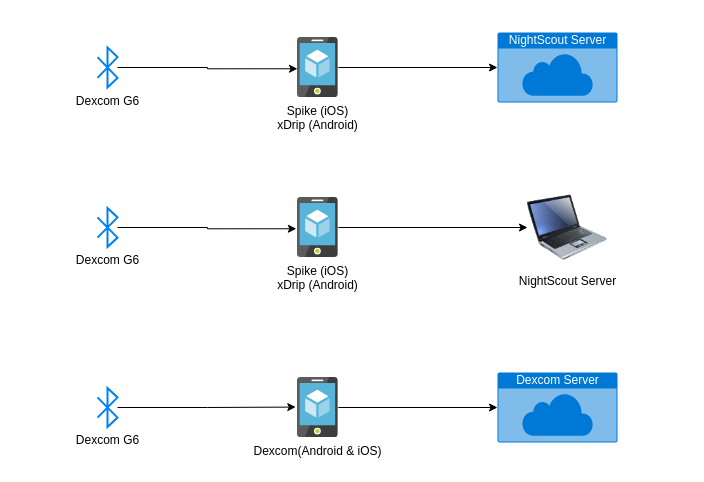
Before: Documentation/GlucoseSensor_Software.drawio in CCR-SOP/OpenSourcePerfusionSystem, a draw.io diagram. Source tidied: cells renumbered, new cells numbered last; positions are measured from the earlier drawing's top-left corner, leaving out a move shared by most shapes. Both pictures are drawn from the tidied source at 100%, with x=0, y=0 at pixel (97, 32).
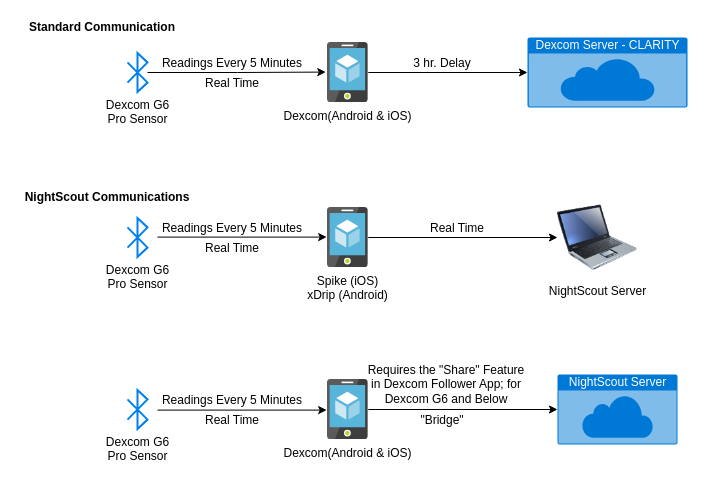
The same diagram, later.

Commit message:
Updated Glucose Software Diagram

What changed in the source:
```diff
@@
-    <mxCell id="2" style="edgeStyle=orthogonalEdgeStyle;rounded=0;jettySize=auto;html=1;entryX=0;entryY=0.521;entryDx=0;entryDy=0;entryPerimeter=0;" parent="1" edge="1" source="3" target="6">
-      <mxGeometry relative="1" as="geometry" />
-    </mxCell>
-    <mxCell id="3" value="Dexcom G6" style="html=1;verticalLabelPosition=bottom;align=center;labelBackgroundColor=#ffffff;verticalAlign=top;strokeWidth=2;strokeColor=#0080F0;shadow=0;dashed=0;shape=mxgraph.ios7.icons.bluetooth;" parent="1" vertex="1">
-      <mxGeometry y="15" width="20" height="40" as="geometry" />
-    </mxCell>
-    <mxCell id="4" value="Dexcom Server" style="html=1;strokeColor=none;fillColor=#0079D6;labelPosition=center;verticalLabelPosition=middle;verticalAlign=top;align=center;fontSize=12;outlineConnect=0;spacingTop=-6;fontColor=#FFFFFF;shape=mxgraph.sitemap.cloud;" parent="1" vertex="1">
-      <mxGeometry x="400" y="340" width="120" height="70" as="geometry" />
+    <mxCell id="4" value="Dexcom Server - CLARITY" style="html=1;strokeColor=none;fillColor=#0079D6;labelPosition=center;verticalLabelPosition=middle;verticalAlign=top;align=center;fontSize=12;outlineConnect=0;spacingTop=-6;fontColor=#FFFFFF;shape=mxgraph.sitemap.cloud;" parent="1" vertex="1">
+      <mxGeometry x="430" y="5" width="160" height="70" as="geometry" />
     </mxCell>
-    <mxCell id="5" style="edgeStyle=orthogonalEdgeStyle;rounded=0;jettySize=auto;html=1;" parent="1" edge="1" source="6" target="12">
-      <mxGeometry relative="1" as="geometry" />
-    </mxCell>
-    <mxCell id="6" value="Spike (iOS)&lt;br&gt;xDrip (Android)" style="html=1;points=[];align=center;image;fontSize=12;image=img/lib/mscae/App_Service_Mobile_App.svg;" parent="1" vertex="1">
-      <mxGeometry x="200" y="5" width="40.8" height="60" as="geometry" />
-    </mxCell>
@@
     <mxCell id="8" value="Spike (iOS)&lt;br&gt;xDrip (Android)" style="html=1;points=[];align=center;image;fontSize=12;image=img/lib/mscae/App_Service_Mobile_App.svg;" parent="1" vertex="1">
-      <mxGeometry x="200" y="165" width="40.8" height="60" as="geometry" />
+      <mxGeometry x="230" y="175" width="40.8" height="60" as="geometry" />
     </mxCell>
@@
     <mxCell id="10" value="Dexcom(Android &amp;amp; iOS)" style="html=1;points=[];align=center;image;fontSize=12;image=img/lib/mscae/App_Service_Mobile_App.svg;" parent="1" vertex="1">
-      <mxGeometry x="200" y="345" width="40.8" height="60" as="geometry" />
+      <mxGeometry x="230" y="10" width="40.8" height="60" as="geometry" />
     </mxCell>
     <mxCell id="11" value="NightScout Server" style="image;html=1;image=img/lib/clip_art/computers/Laptop_128x128.png;" parent="1" vertex="1">
-      <mxGeometry x="430" y="155" width="80" height="80" as="geometry" />
+      <mxGeometry x="460" y="165" width="80" height="80" as="geometry" />
     </mxCell>
-    <mxCell id="12" value="NightScout Server" style="html=1;strokeColor=none;fillColor=#0079D6;labelPosition=center;verticalLabelPosition=middle;verticalAlign=top;align=center;fontSize=12;outlineConnect=0;spacingTop=-6;fontColor=#FFFFFF;shape=mxgraph.sitemap.cloud;" parent="1" vertex="1">
-      <mxGeometry x="400" width="120" height="70" as="geometry" />
-    </mxCell>
-    <mxCell id="13" style="edgeStyle=orthogonalEdgeStyle;rounded=0;jettySize=auto;html=1;entryX=-0.028;entryY=0.521;entryDx=0;entryDy=0;entryPerimeter=0;" parent="1" edge="1" source="14" target="8">
-      <mxGeometry relative="1" as="geometry" />
-    </mxCell>
-    <mxCell id="14" value="Dexcom G6" style="html=1;verticalLabelPosition=bottom;align=center;labelBackgroundColor=#ffffff;verticalAlign=top;strokeWidth=2;strokeColor=#0080F0;shadow=0;dashed=0;shape=mxgraph.ios7.icons.bluetooth;" parent="1" vertex="1">
-      <mxGeometry y="175.6" width="20" height="38.8" as="geometry" />
+    <mxCell id="14" value="Dexcom G6&lt;br&gt;Pro Sensor" style="html=1;verticalLabelPosition=bottom;align=center;labelBackgroundColor=#ffffff;verticalAlign=top;strokeWidth=2;strokeColor=#0080F0;shadow=0;dashed=0;shape=mxgraph.ios7.icons.bluetooth;" parent="1" vertex="1">
+      <mxGeometry x="30" y="185.6" width="20" height="38.8" as="geometry" />
     </mxCell>
@@
-    <mxCell id="16" value="Dexcom G6" style="html=1;verticalLabelPosition=bottom;align=center;labelBackgroundColor=#ffffff;verticalAlign=top;strokeWidth=2;strokeColor=#0080F0;shadow=0;dashed=0;shape=mxgraph.ios7.icons.bluetooth;" parent="1" vertex="1">
-      <mxGeometry y="355.6" width="20" height="38.8" as="geometry" />
+    <mxCell id="16" value="Dexcom G6&lt;br&gt;Pro Sensor" style="html=1;verticalLabelPosition=bottom;align=center;labelBackgroundColor=#ffffff;verticalAlign=top;strokeWidth=2;strokeColor=#0080F0;shadow=0;dashed=0;shape=mxgraph.ios7.icons.bluetooth;" parent="1" vertex="1">
+      <mxGeometry x="30" y="20.6" width="20" height="38.8" as="geometry" />
     </mxCell>
+    <mxCell id="12" value="NightScout Server" style="html=1;strokeColor=none;fillColor=#0079D6;labelPosition=center;verticalLabelPosition=middle;verticalAlign=top;align=center;fontSize=12;outlineConnect=0;spacingTop=-6;fontColor=#FFFFFF;shape=mxgraph.sitemap.cloud;" parent="1" vertex="1">
+      <mxGeometry x="460" y="342" width="120" height="70" as="geometry" />
+    </mxCell>
+    <mxCell id="17" style="edgeStyle=orthogonalEdgeStyle;rounded=0;jettySize=auto;html=1;entryX=0;entryY=0.5;entryDx=0;entryDy=0;entryPerimeter=0;" parent="1" edge="1" source="18" target="12">
+      <mxGeometry relative="1" as="geometry" />
+    </mxCell>
+    <mxCell id="18" value="Dexcom(Android &amp;amp; iOS)" style="html=1;points=[];align=center;image;fontSize=12;image=img/lib/mscae/App_Service_Mobile_App.svg;" parent="1" vertex="1">
+      <mxGeometry x="230" y="347" width="40.8" height="60" as="geometry" />
+    </mxCell>
+    <mxCell id="19" value="Dexcom G6&lt;br&gt;Pro Sensor" style="html=1;verticalLabelPosition=bottom;align=center;labelBackgroundColor=#ffffff;verticalAlign=top;strokeWidth=2;strokeColor=#0080F0;shadow=0;dashed=0;shape=mxgraph.ios7.icons.bluetooth;" parent="1" vertex="1">
+      <mxGeometry x="30" y="357.6" width="20" height="38.8" as="geometry" />
+    </mxCell>
+    <mxCell id="20" value="&quot;Bridge&quot;" style="text;html=1;strokeColor=none;fillColor=none;align=center;verticalAlign=middle;whiteSpace=wrap;rounded=0;" parent="1" vertex="1">
+      <mxGeometry x="325" y="377.6" width="40" height="20" as="geometry" />
+    </mxCell>
+    <mxCell id="21" value="Requires the &quot;Share&quot; Feature in Dexcom Follower App; for Dexcom G6 and Below" style="text;html=1;strokeColor=none;fillColor=none;align=center;verticalAlign=middle;whiteSpace=wrap;rounded=0;" parent="1" vertex="1">
+      <mxGeometry x="264" y="342" width="170" height="20" as="geometry" />
+    </mxCell>
+    <mxCell id="22" value="3 hr. Delay" style="text;html=1;strokeColor=none;fillColor=none;align=center;verticalAlign=middle;whiteSpace=wrap;rounded=0;" parent="1" vertex="1">
+      <mxGeometry x="310" y="20.6" width="70" height="20" as="geometry" />
+    </mxCell>
+    <mxCell id="23" value="&lt;b&gt;Standard Communication&lt;/b&gt;" style="text;html=1;strokeColor=none;fillColor=none;align=center;verticalAlign=middle;whiteSpace=wrap;rounded=0;" parent="1" vertex="1">
+      <mxGeometry x="-80" y="-15" width="170" height="20" as="geometry" />
+    </mxCell>
+    <mxCell id="24" value="Real Time" style="text;html=1;strokeColor=none;fillColor=none;align=center;verticalAlign=middle;whiteSpace=wrap;rounded=0;" parent="1" vertex="1">
+      <mxGeometry x="75" y="40.6" width="120" height="20" as="geometry" />
+    </mxCell>
+    <mxCell id="25" value="Readings Every 5 Minutes" style="text;html=1;strokeColor=none;fillColor=none;align=center;verticalAlign=middle;whiteSpace=wrap;rounded=0;" parent="1" vertex="1">
+      <mxGeometry x="60" y="20.6" width="150" height="20" as="geometry" />
+    </mxCell>
+    <mxCell id="26" value="&lt;b&gt;NightScout Communications&lt;/b&gt;" style="text;html=1;strokeColor=none;fillColor=none;align=center;verticalAlign=middle;whiteSpace=wrap;rounded=0;" parent="1" vertex="1">
+      <mxGeometry x="-80" y="155" width="180" height="20" as="geometry" />
+    </mxCell>
+    <mxCell id="27" style="edgeStyle=orthogonalEdgeStyle;rounded=0;orthogonalLoop=1;jettySize=auto;html=1;entryX=0;entryY=0.5;entryDx=0;entryDy=0;entryPerimeter=0;" parent="1" edge="1">
+      <mxGeometry relative="1" as="geometry">
+        <mxPoint x="60" y="205" as="sourcePoint" />
+        <mxPoint x="229.2" y="204.6" as="targetPoint" />
+        <Array as="points">
+          <mxPoint x="229" y="205" />
+        </Array>
+      </mxGeometry>
+    </mxCell>
+    <mxCell id="28" style="edgeStyle=orthogonalEdgeStyle;rounded=0;orthogonalLoop=1;jettySize=auto;html=1;entryX=0;entryY=0.5;entryDx=0;entryDy=0;entryPerimeter=0;" parent="1" edge="1">
+      <mxGeometry relative="1" as="geometry">
+        <mxPoint x="60" y="378" as="sourcePoint" />
+        <mxPoint x="229.2" y="377.6" as="targetPoint" />
+        <Array as="points">
+          <mxPoint x="229" y="378" />
+        </Array>
+      </mxGeometry>
+    </mxCell>
+    <mxCell id="29" value="Real Time" style="text;html=1;strokeColor=none;fillColor=none;align=center;verticalAlign=middle;whiteSpace=wrap;rounded=0;" parent="1" vertex="1">
+      <mxGeometry x="75" y="205.6" width="120" height="20" as="geometry" />
+    </mxCell>
+    <mxCell id="30" value="Readings Every 5 Minutes" style="text;html=1;strokeColor=none;fillColor=none;align=center;verticalAlign=middle;whiteSpace=wrap;rounded=0;" parent="1" vertex="1">
+      <mxGeometry x="60" y="185.6" width="150" height="20" as="geometry" />
+    </mxCell>
+    <mxCell id="31" value="Real Time" style="text;html=1;strokeColor=none;fillColor=none;align=center;verticalAlign=middle;whiteSpace=wrap;rounded=0;" parent="1" vertex="1">
+      <mxGeometry x="75" y="377.6" width="120" height="20" as="geometry" />
+    </mxCell>
+    <mxCell id="32" value="Readings Every 5 Minutes" style="text;html=1;strokeColor=none;fillColor=none;align=center;verticalAlign=middle;whiteSpace=wrap;rounded=0;" parent="1" vertex="1">
+      <mxGeometry x="60" y="357.6" width="150" height="20" as="geometry" />
+    </mxCell>
+    <mxCell id="33" value="Real Time" style="text;html=1;strokeColor=none;fillColor=none;align=center;verticalAlign=middle;whiteSpace=wrap;rounded=0;" parent="1" vertex="1">
+      <mxGeometry x="300" y="185.6" width="120" height="20" as="geometry" />
+    </mxCell>
```
